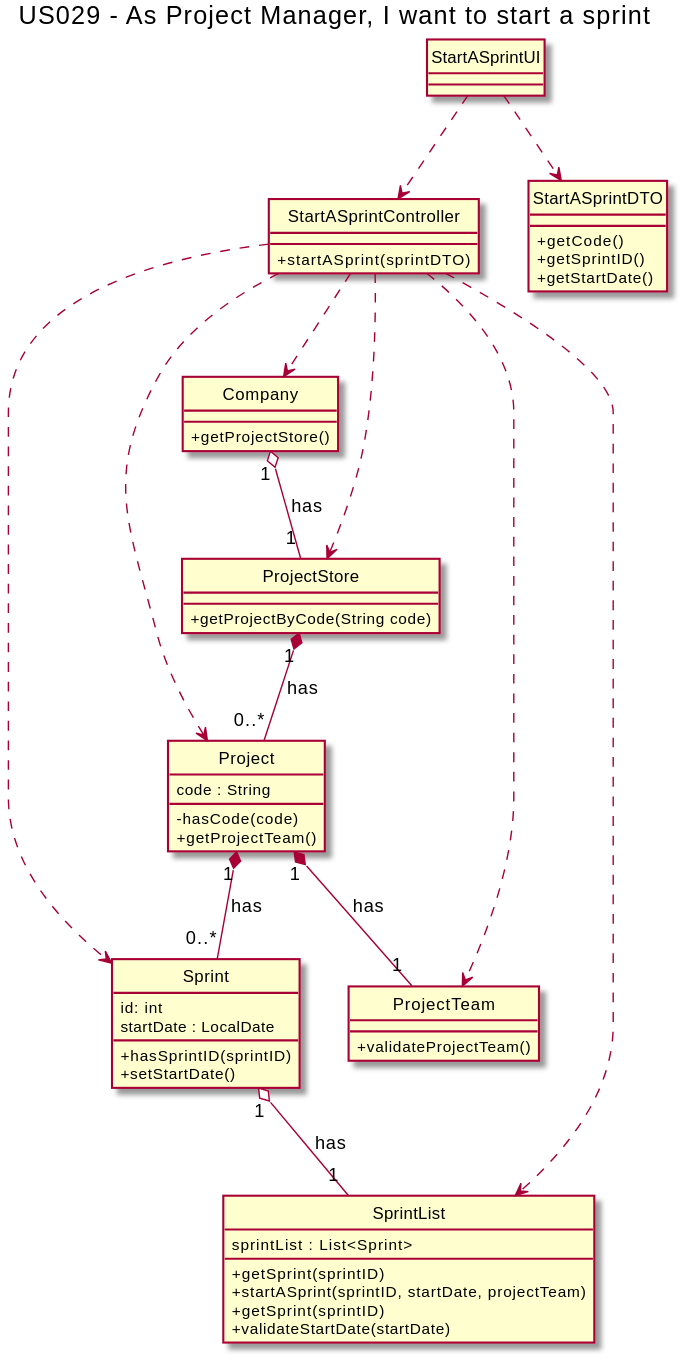
The PlantUML diagram docs/Sprint3/US029/US029-CD.svg in nunogon1211787/projectManagement, before a commit. Its diagram source:
```plantuml
@startuml

hide circle
skinparam classAttributeIconSize 0

title US029 - As Project Manager, I want to start a sprint

class StartASprintUI {
}

class StartASprintController {
+startASprint(sprintDTO)
}

class StartASprintDTO {
+getCode()
+getSprintID()
+getStartDate()
}

class Company {
+getProjectStore()
}

class ProjectStore {
+getProjectByCode(String code)
}

class Project {
code : String
-hasCode(code)
+getProjectTeam()
}

class SprintList {
sprintList : List<Sprint>
+getSprint(sprintID)
+startASprint(sprintID, startDate, projectTeam)
+getSprint(sprintID)
+validateStartDate(startDate)
}

class Sprint {
id: int
startDate : LocalDate
+hasSprintID(sprintID)
+setStartDate()
}

class ProjectTeam {
+validateProjectTeam()
}

StartASprintUI ..> StartASprintController
StartASprintUI ..> StartASprintDTO
StartASprintController ..> Company
StartASprintController ..> ProjectStore
StartASprintController ..> Project
StartASprintController ..> SprintList
StartASprintController ..> Sprint
StartASprintController ..> ProjectTeam

Company "1" o-- "1" ProjectStore: has
ProjectStore "1" *-- "0..*" Project: has
Project "1" *-- "0..*" Sprint: has
Project "1" *-- "1" ProjectTeam: has
Sprint "1" o-- "1" SprintList: has

@enduml
```
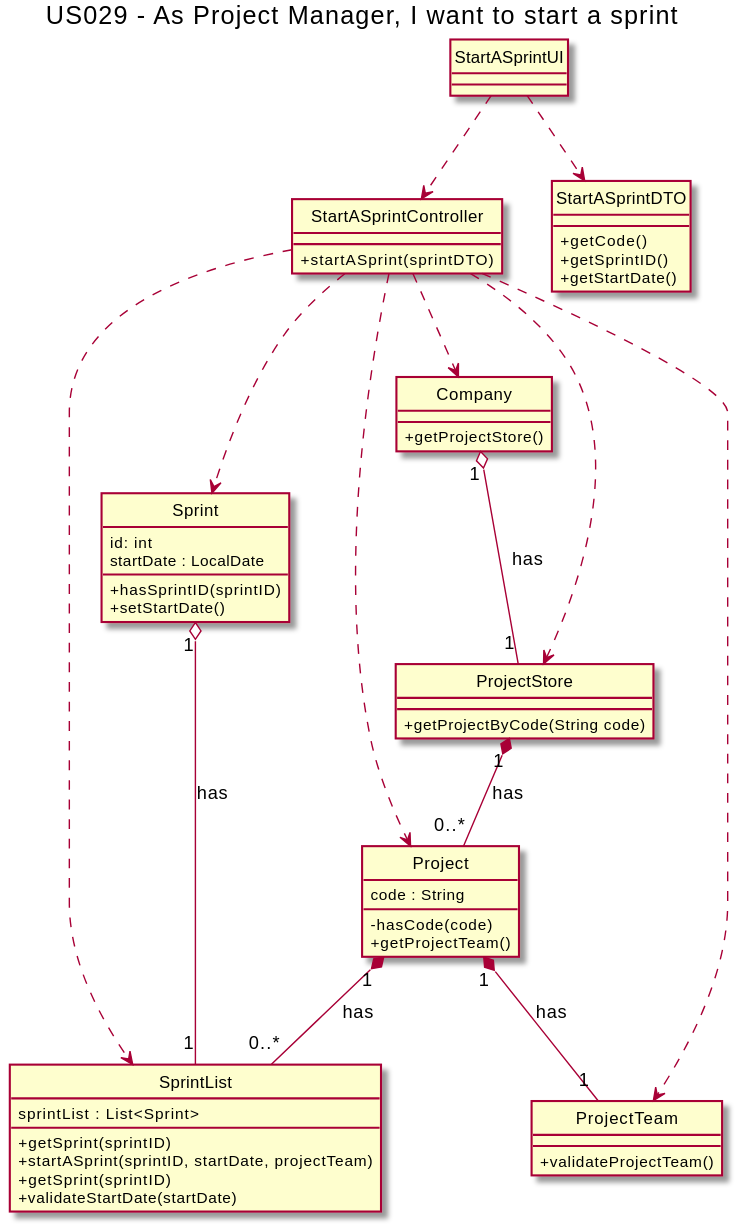
The same diagram one commit later.

What changed in the source:
```diff
@@ -62,7 +62,7 @@
 
 Company "1" o-- "1" ProjectStore: has
 ProjectStore "1" *-- "0..*" Project: has
-Project "1" *-- "0..*" Sprint: has
+Project "1" *-- "0..*" SprintList: has
 Project "1" *-- "1" ProjectTeam: has
 Sprint "1" o-- "1" SprintList: has
 
```
